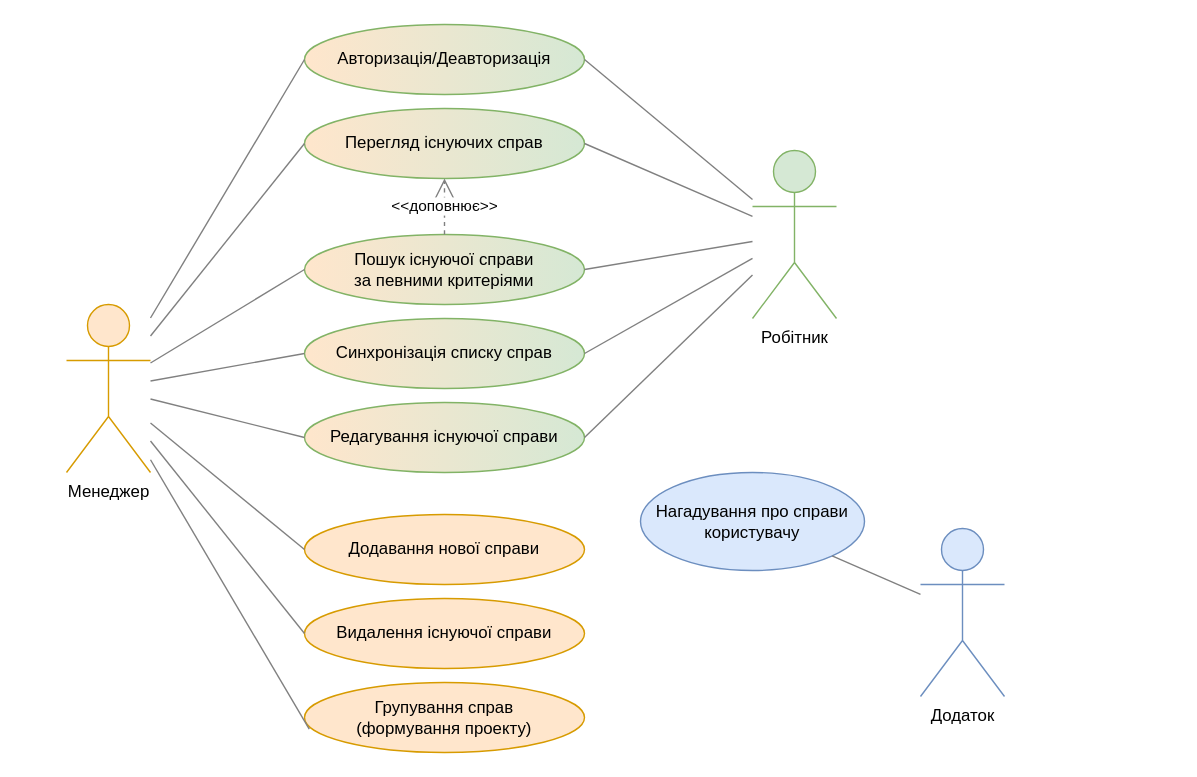
Before: docs/use_case_diagram.drawio in stragesnight/.NET_course_project, a draw.io diagram. Source tidied: cells renumbered, new cells numbered last; positions are measured from the earlier drawing's top-left corner, leaving out a move shared by most shapes. Both pictures are drawn from the tidied source at 140%, with x=0, y=0 at pixel (66, 24).
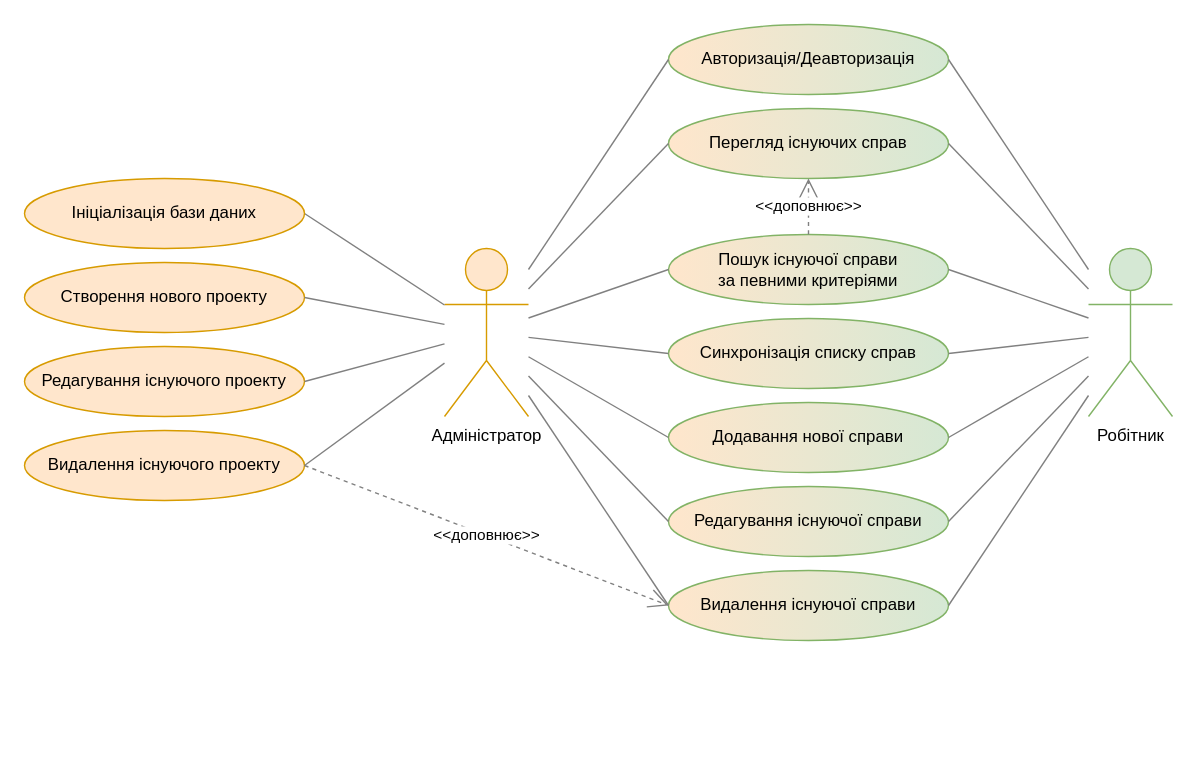
The same diagram, later.

What changed in the source:
```diff
@@
     <mxCell id="2" value="&lt;div&gt;Перегляд існуючих справ&lt;br&gt;&lt;/div&gt;" style="ellipse;whiteSpace=wrap;html=1;gradientDirection=west;fillColor=#d5e8d4;strokeColor=#82b366;gradientColor=#FFE6CC;" parent="1" vertex="1">
-      <mxGeometry x="170" y="60" width="200" height="50" as="geometry" />
+      <mxGeometry x="430" y="60" width="200" height="50" as="geometry" />
     </mxCell>
     <mxCell id="3" value="Робітник" style="shape=umlActor;verticalLabelPosition=bottom;verticalAlign=top;html=1;fillColor=#d5e8d4;strokeColor=#82b366;" parent="1" vertex="1">
-      <mxGeometry x="490" y="90" width="60" height="120" as="geometry" />
+      <mxGeometry x="730" y="160" width="60" height="120" as="geometry" />
     </mxCell>
-    <mxCell id="4" value="&lt;div&gt;Додавання нової справи&lt;/div&gt;" style="ellipse;whiteSpace=wrap;html=1;fillColor=#ffe6cc;strokeColor=#d79b00;gradientDirection=west;" parent="1" vertex="1">
-      <mxGeometry x="170" y="350" width="200" height="50" as="geometry" />
+    <mxCell id="4" value="&lt;div&gt;Додавання нової справи&lt;/div&gt;" style="ellipse;whiteSpace=wrap;html=1;fillColor=#d5e8d4;strokeColor=#82b366;gradientDirection=west;gradientColor=#FFE6CC;" parent="1" vertex="1">
+      <mxGeometry x="430" y="270" width="200" height="50" as="geometry" />
     </mxCell>
     <mxCell id="5" value="Редагування існуючої справи" style="ellipse;whiteSpace=wrap;html=1;fillColor=#d5e8d4;strokeColor=#82b366;gradientDirection=west;gradientColor=#FFE6CC;" parent="1" vertex="1">
-      <mxGeometry x="170" y="270" width="200" height="50" as="geometry" />
+      <mxGeometry x="430" y="330" width="200" height="50" as="geometry" />
     </mxCell>
-    <mxCell id="6" value="Видалення існуючої справи" style="ellipse;whiteSpace=wrap;html=1;fillColor=#ffe6cc;strokeColor=#d79b00;gradientDirection=west;" parent="1" vertex="1">
-      <mxGeometry x="170" y="410" width="200" height="50" as="geometry" />
+    <mxCell id="6" value="Видалення існуючої справи" style="ellipse;whiteSpace=wrap;html=1;fillColor=#d5e8d4;strokeColor=#82b366;gradientDirection=west;gradientColor=#FFE6CC;" parent="1" vertex="1">
+      <mxGeometry x="430" y="390" width="200" height="50" as="geometry" />
     </mxCell>
     <mxCell id="7" value="&lt;div&gt;Пошук існуючої справи&lt;/div&gt;&lt;div&gt;за певними&lt;span style=&quot;background-color: initial;&quot;&gt;&amp;nbsp;критеріями&lt;/span&gt;&lt;/div&gt;" style="ellipse;whiteSpace=wrap;html=1;fillColor=#d5e8d4;strokeColor=#82b366;gradientDirection=west;gradientColor=#FFE6CC;" parent="1" vertex="1">
-      <mxGeometry x="170" y="150" width="200" height="50" as="geometry" />
+      <mxGeometry x="430" y="150" width="200" height="50" as="geometry" />
     </mxCell>
-    <mxCell id="8" value="Групування справ&lt;br&gt;(формування проекту)" style="ellipse;whiteSpace=wrap;html=1;fillColor=#ffe6cc;strokeColor=#d79b00;gradientDirection=west;" parent="1" vertex="1">
-      <mxGeometry x="170" y="470" width="200" height="50" as="geometry" />
+    <mxCell id="8" value="Створення нового проекту" style="ellipse;whiteSpace=wrap;html=1;fillColor=#ffe6cc;strokeColor=#d79b00;gradientDirection=west;" parent="1" vertex="1">
+      <mxGeometry x="-30" y="170" width="200" height="50" as="geometry" />
     </mxCell>
-    <mxCell id="9" value="Додаток" style="shape=umlActor;verticalLabelPosition=bottom;verticalAlign=top;html=1;fillColor=#dae8fc;strokeColor=#6c8ebf;" parent="1" vertex="1">
-      <mxGeometry x="610" y="360" width="60" height="120" as="geometry" />
-    </mxCell>
-    <mxCell id="10" value="&lt;div&gt;Нагадування про справи користувачу&lt;br&gt;&lt;/div&gt;" style="ellipse;whiteSpace=wrap;html=1;fillColor=#dae8fc;strokeColor=#6c8ebf;gradientDirection=west;gradientColor=none;" parent="1" vertex="1">
-      <mxGeometry x="410" y="320" width="160" height="70" as="geometry" />
-    </mxCell>
@@
     <mxCell id="12" value="Синхронізація списку справ" style="ellipse;whiteSpace=wrap;html=1;gradientDirection=west;fillColor=#d5e8d4;strokeColor=#82b366;gradientColor=#FFE6CC;" parent="1" vertex="1">
-      <mxGeometry x="170" y="210" width="200" height="50" as="geometry" />
+      <mxGeometry x="430" y="210" width="200" height="50" as="geometry" />
     </mxCell>
-    <mxCell id="13" value="Менеджер" style="shape=umlActor;verticalLabelPosition=bottom;verticalAlign=top;html=1;fillColor=#ffe6cc;strokeColor=#d79b00;" parent="1" vertex="1">
-      <mxGeometry y="200" width="60" height="120" as="geometry" />
+    <mxCell id="13" value="Адміністратор" style="shape=umlActor;verticalLabelPosition=bottom;verticalAlign=top;html=1;fillColor=#ffe6cc;strokeColor=#d79b00;" parent="1" vertex="1">
+      <mxGeometry x="270" y="160" width="60" height="120" as="geometry" />
     </mxCell>
@@
-    <mxCell id="20" style="endArrow=none;html=1;rounded=0;entryX=0.017;entryY=0.666;entryDx=0;entryDy=0;entryPerimeter=0;strokeColor=#808080;" parent="1" edge="1" source="13" target="8">
+    <mxCell id="20" style="endArrow=none;html=1;rounded=0;entryX=1;entryY=0.5;entryDx=0;entryDy=0;strokeColor=#808080;" parent="1" edge="1" source="13" target="35">
       <mxGeometry relative="1" as="geometry" />
     </mxCell>
-    <mxCell id="21" style="endArrow=none;html=1;rounded=0;strokeColor=#808080;" parent="1" edge="1" source="10" target="9">
-      <mxGeometry relative="1" as="geometry" />
-    </mxCell>
@@
     <mxCell id="26" value="&lt;div&gt;Авторизація/Деавторизація&lt;br&gt;&lt;/div&gt;" style="ellipse;whiteSpace=wrap;html=1;gradientDirection=west;fillColor=#d5e8d4;strokeColor=#82b366;gradientColor=#FFE6CC;" parent="1" vertex="1">
-      <mxGeometry x="170" width="200" height="50" as="geometry" />
+      <mxGeometry x="430" width="200" height="50" as="geometry" />
     </mxCell>
@@
+    <mxCell id="29" style="endArrow=none;html=1;rounded=0;entryX=1;entryY=0.5;entryDx=0;entryDy=0;strokeColor=#808080;" parent="1" edge="1" source="3" target="4">
+      <mxGeometry relative="1" as="geometry" />
+    </mxCell>
+    <mxCell id="30" style="endArrow=none;html=1;rounded=0;entryX=1;entryY=0.5;entryDx=0;entryDy=0;strokeColor=#808080;" parent="1" edge="1" source="3" target="6">
+      <mxGeometry relative="1" as="geometry" />
+    </mxCell>
+    <mxCell id="31" value="Редагування існуючого проекту" style="ellipse;whiteSpace=wrap;html=1;fillColor=#ffe6cc;strokeColor=#d79b00;gradientDirection=west;" parent="1" vertex="1">
+      <mxGeometry x="-30" y="230" width="200" height="50" as="geometry" />
+    </mxCell>
+    <mxCell id="32" style="endArrow=none;html=1;rounded=0;entryX=1;entryY=0.5;entryDx=0;entryDy=0;strokeColor=#808080;" parent="1" edge="1" source="13" target="8">
+      <mxGeometry relative="1" as="geometry" />
+    </mxCell>
+    <mxCell id="33" value="Видалення існуючого проекту" style="ellipse;whiteSpace=wrap;html=1;fillColor=#ffe6cc;strokeColor=#d79b00;gradientDirection=west;" parent="1" vertex="1">
+      <mxGeometry x="-30" y="290" width="200" height="50" as="geometry" />
+    </mxCell>
+    <mxCell id="34" style="endArrow=none;html=1;rounded=0;entryX=1;entryY=0.5;entryDx=0;entryDy=0;strokeColor=#808080;" parent="1" edge="1" source="13" target="31">
+      <mxGeometry relative="1" as="geometry" />
+    </mxCell>
+    <mxCell id="35" value="Ініціалізація бази даних" style="ellipse;whiteSpace=wrap;html=1;fillColor=#ffe6cc;strokeColor=#d79b00;gradientDirection=west;" parent="1" vertex="1">
+      <mxGeometry x="-30" y="110" width="200" height="50" as="geometry" />
+    </mxCell>
+    <mxCell id="36" style="endArrow=none;html=1;rounded=0;entryX=1;entryY=0.5;entryDx=0;entryDy=0;strokeColor=#808080;" parent="1" edge="1" source="13" target="33">
+      <mxGeometry relative="1" as="geometry" />
+    </mxCell>
+    <mxCell id="37" value="&amp;lt;&amp;lt;доповнює&amp;gt;&amp;gt;" style="endArrow=open;endSize=12;dashed=1;html=1;rounded=0;fontColor=#050505;strokeWidth=1;strokeColor=#808080;entryX=0;entryY=0.5;entryDx=0;entryDy=0;exitX=1;exitY=0.5;exitDx=0;exitDy=0;" parent="1" edge="1" source="33" target="6">
+      <mxGeometry relative="1" as="geometry" />
+    </mxCell>
```
